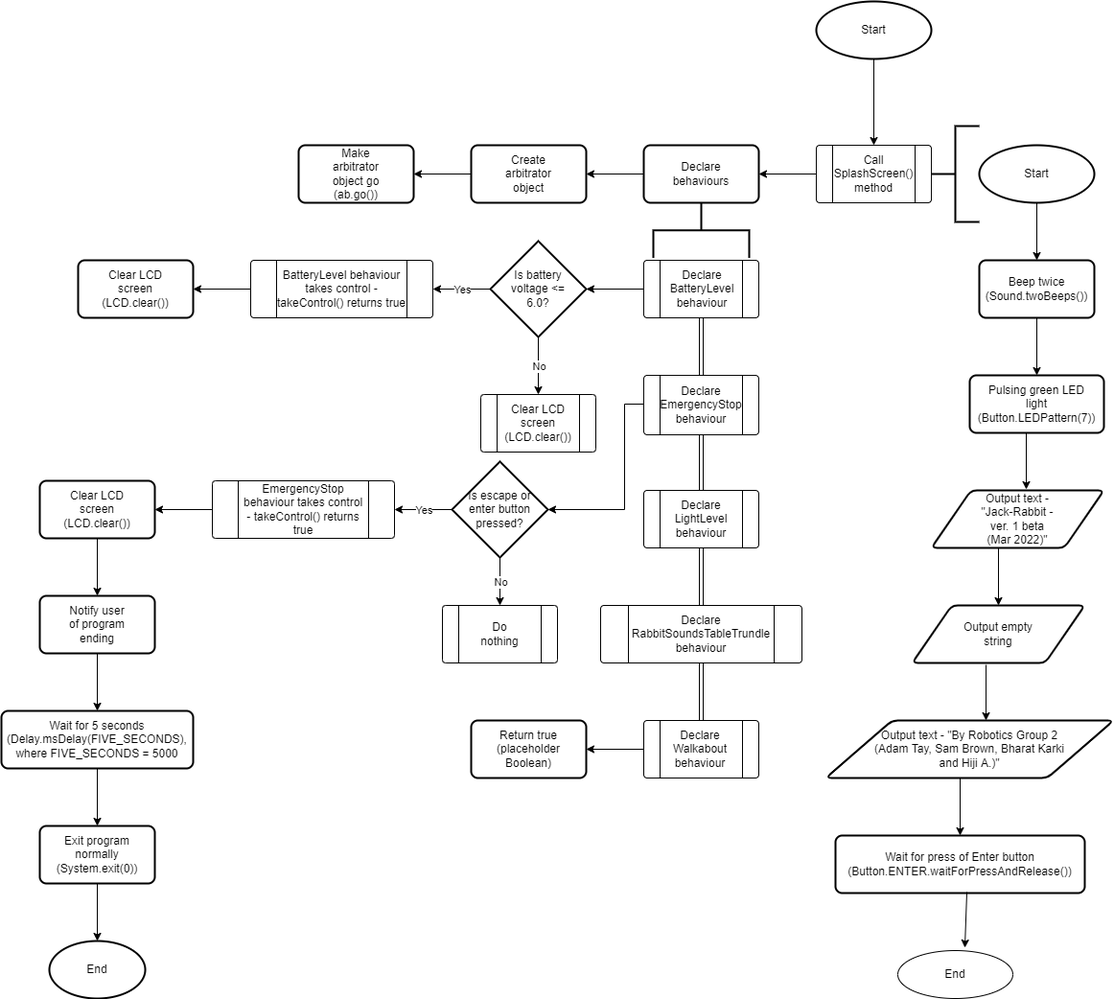
Above: Final submission/ControlFlow.png in XLmT09/Bunny-Robot (draw.io), before the change. Source tidied: cells renumbered, new cells last; positions are measured from the earlier drawing's top-left corner, leaving out a move shared by most shapes.
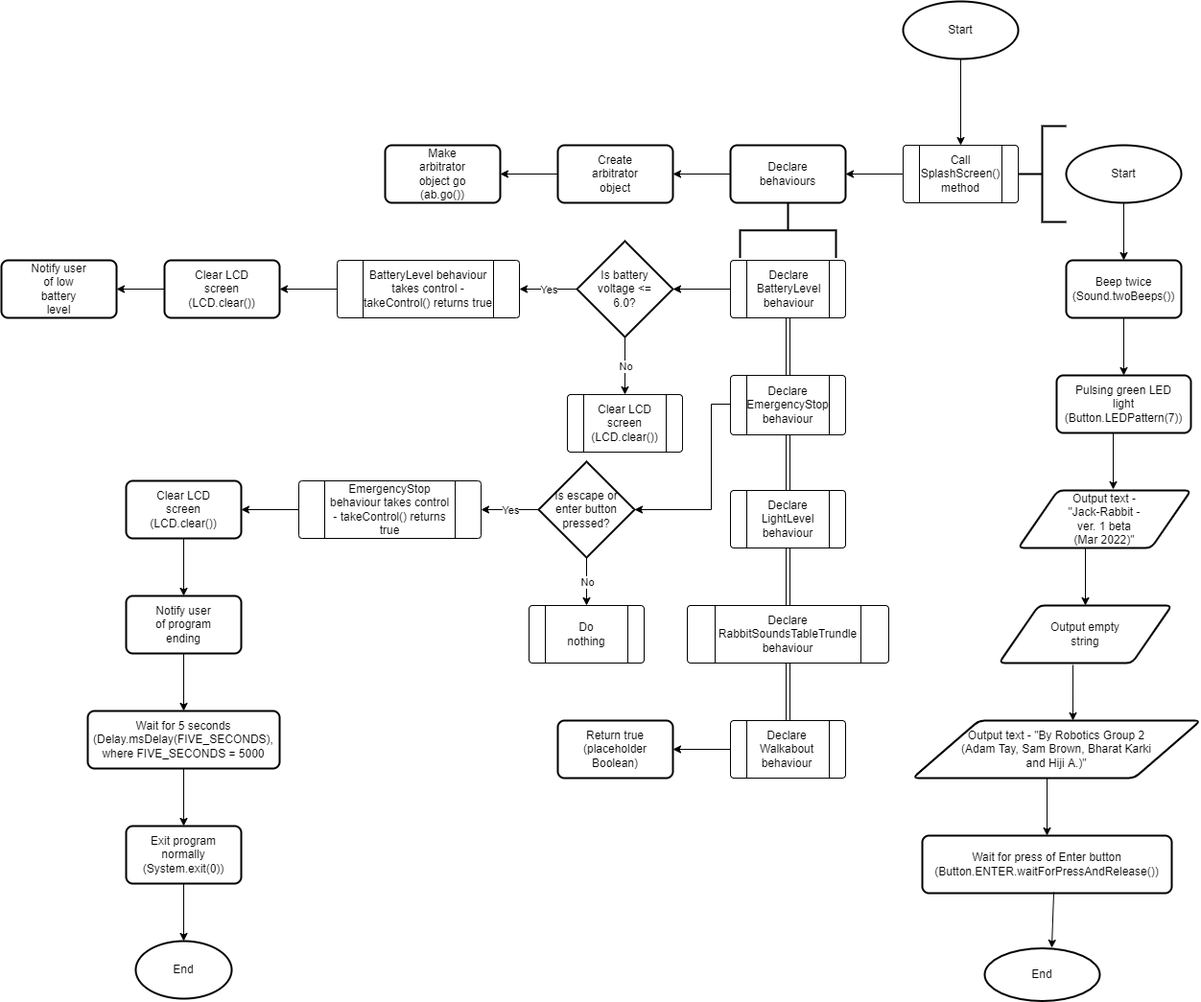
Later version of the same file.

Change to the diagram source:
```diff
@@ -109,17 +109,10 @@
         <mxPoint x="1000" y="810" as="sourcePoint" />
       </mxGeometry>
     </mxCell>
-    <mxCell id="35" style="group;" parent="1" vertex="1">
-      <mxGeometry x="935" y="990" width="120" height="50" as="geometry" />
-    </mxCell>
-    <mxCell id="36" style="ellipse;whiteSpace=wrap;html=1;hachureGap=4;" parent="35" vertex="1">
-      <mxGeometry width="120" height="50" as="geometry" />
-    </mxCell>
-    <mxCell id="37" value="End" style="text;html=1;strokeColor=none;fillColor=none;align=center;verticalAlign=middle;whiteSpace=wrap;rounded=0;hachureGap=4;" parent="35" vertex="1">
-      <mxGeometry x="30" y="10" width="60" height="30" as="geometry" />
-    </mxCell>
-    <mxCell id="38" style="endArrow=classic;html=1;rounded=0;sourcePerimeterSpacing=8;targetPerimeterSpacing=8;entryX=0.583;entryY=-0.06;entryDx=0;entryDy=0;exitX=0.527;exitY=0.983;exitDx=0;exitDy=0;entryPerimeter=0;exitPerimeter=0;" parent="1" edge="1" source="32" target="36">
-      <mxGeometry relative="1" as="geometry" />
+    <mxCell id="38" style="endArrow=classic;html=1;rounded=0;sourcePerimeterSpacing=8;targetPerimeterSpacing=8;entryX=0.583;entryY=-0.06;entryDx=0;entryDy=0;exitX=0.527;exitY=0.983;exitDx=0;exitDy=0;entryPerimeter=0;exitPerimeter=0;" parent="1" edge="1" source="32">
+      <mxGeometry relative="1" as="geometry">
+        <mxPoint x="1005" y="987" as="targetPoint" />
+      </mxGeometry>
     </mxCell>
     <mxCell id="39" style="endArrow=classic;html=1;rounded=0;sourcePerimeterSpacing=8;targetPerimeterSpacing=8;exitX=0;exitY=0.5;exitDx=0;exitDy=0;" parent="1" edge="1" source="3">
       <mxGeometry relative="1" as="geometry">
@@ -396,5 +389,26 @@
     <mxCell id="124" style="endArrow=classic;html=1;rounded=0;sourcePerimeterSpacing=8;targetPerimeterSpacing=8;entryX=0.5;entryY=0;entryDx=0;entryDy=0;entryPerimeter=0;exitX=0.5;exitY=1;exitDx=0;exitDy=0;" parent="1" edge="1" source="119" target="122">
       <mxGeometry relative="1" as="geometry" />
     </mxCell>
+    <mxCell id="125" style="group;" parent="1" vertex="1">
+      <mxGeometry x="-90" y="270" width="120" height="60" as="geometry" />
+    </mxCell>
+    <mxCell id="126" style="rounded=1;whiteSpace=wrap;html=1;absoluteArcSize=1;arcSize=14;strokeWidth=2;hachureGap=4;" parent="125" vertex="1">
+      <mxGeometry width="120" height="60" as="geometry" />
+    </mxCell>
+    <mxCell id="127" value="Notify user of low battery level" style="text;strokeColor=none;fillColor=none;html=1;align=center;verticalAlign=middle;whiteSpace=wrap;rounded=0;hachureGap=4;" parent="125" vertex="1">
+      <mxGeometry x="30" y="15" width="60" height="30" as="geometry" />
+    </mxCell>
+    <mxCell id="128" style="endArrow=classic;html=1;rounded=0;sourcePerimeterSpacing=8;targetPerimeterSpacing=8;entryX=1;entryY=0.5;entryDx=0;entryDy=0;exitX=0;exitY=0.5;exitDx=0;exitDy=0;" parent="1" edge="1" source="98" target="126">
+      <mxGeometry relative="1" as="geometry" />
+    </mxCell>
+    <mxCell id="129" style="group;" parent="1" vertex="1">
+      <mxGeometry x="935" y="987.5" width="120" height="55" as="geometry" />
+    </mxCell>
+    <mxCell id="130" style="strokeWidth=2;html=1;shape=mxgraph.flowchart.start_1;whiteSpace=wrap;hachureGap=4;" parent="129" vertex="1">
+      <mxGeometry width="120" height="55" as="geometry" />
+    </mxCell>
+    <mxCell id="37" value="End" style="text;html=1;strokeColor=none;fillColor=none;align=center;verticalAlign=middle;whiteSpace=wrap;rounded=0;hachureGap=4;" parent="129" vertex="1">
+      <mxGeometry x="30" y="12.5" width="60" height="30" as="geometry" />
+    </mxCell>
   </root>
 </mxGraphModel>
```
